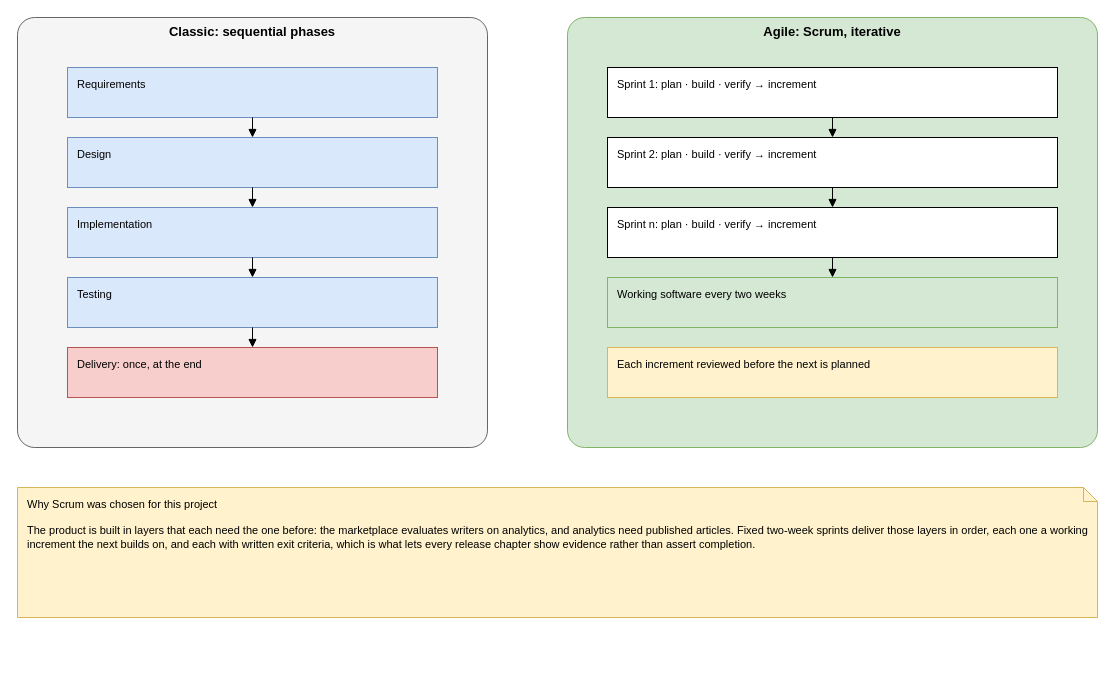
Before: diagrams/fig-1-2-waterfall-vs-agile/fig-1-2-waterfall-vs-agile.drawio in inkwell-dev/spec.inkwell.ai, a draw.io diagram. Source tidied: cells renumbered, new cells numbered last; positions are measured from the earlier drawing's top-left corner, leaving out a move shared by most shapes. Both pictures are drawn from the tidied source at 100%, with x=0, y=0 at pixel (17, 17).
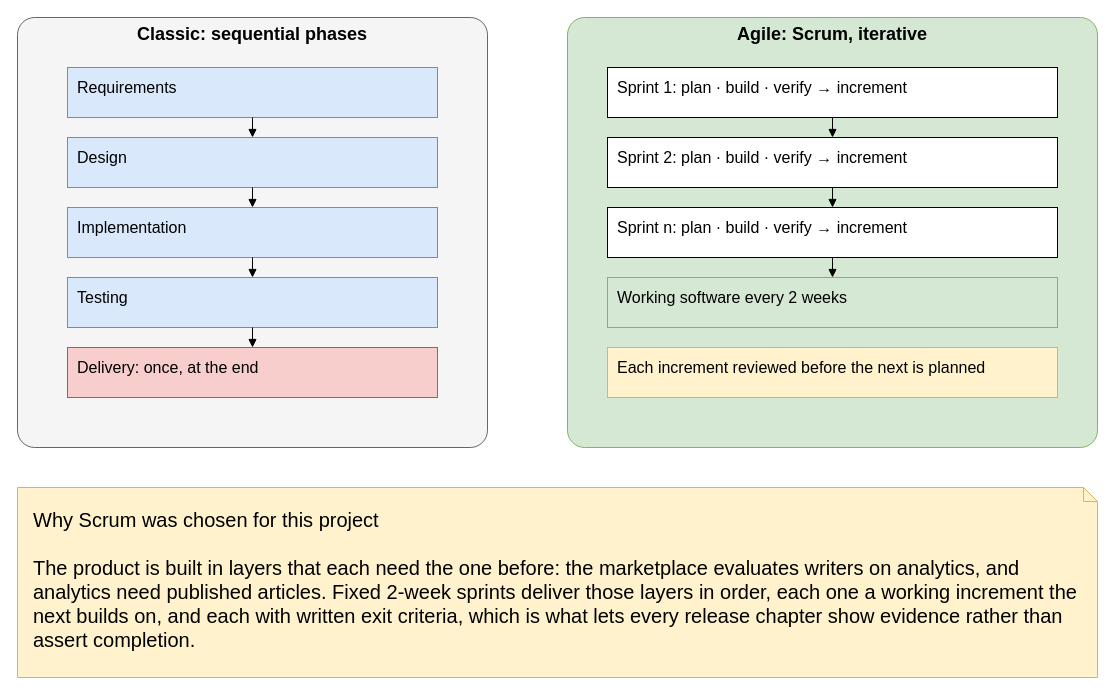
The same diagram, later.

Commit message (it also covers changes not shown here):
docs(diagrams): readable text in the classic-versus-agile figure

The figure is drawn 1220 px wide and scaled to the text width, so its 11 px text printed at about 5 pt. The "Why Scrum was chosen" note is now 20 px, padded so it no longer touches its border, and the phase and sprint boxes and the two titles are enlarged with it so the note does not dwarf them. The figure's two number words become digits.

The edit, as a diff of the source:
```diff
@@
-    <mxCell id="2" value="Classic: sequential phases" style="rounded=1;whiteSpace=wrap;html=1;verticalAlign=top;fontStyle=1;fontSize=13;arcSize=4;fillColor=#F5F5F5;strokeColor=#666666;" parent="1" vertex="1">
+    <mxCell id="2" value="Classic: sequential phases" style="rounded=1;whiteSpace=wrap;html=1;verticalAlign=top;fontStyle=1;fontSize=18;arcSize=4;fillColor=#F5F5F5;strokeColor=#666666;" parent="1" vertex="1">
       <mxGeometry width="470" height="430" as="geometry" />
     </mxCell>
-    <mxCell id="3" value="Requirements" style="rounded=0;whiteSpace=wrap;html=1;verticalAlign=top;align=left;spacingLeft=8;spacingTop=4;fontSize=11;fillColor=#DAE8FC;strokeColor=#6C8EBF;" parent="1" vertex="1">
+    <mxCell id="3" value="Requirements" style="rounded=0;whiteSpace=wrap;html=1;verticalAlign=top;align=left;spacingLeft=8;spacingTop=4;fontSize=16;fillColor=#DAE8FC;strokeColor=#6C8EBF;" parent="1" vertex="1">
       <mxGeometry x="50" y="50" width="370" height="50" as="geometry" />
     </mxCell>
-    <mxCell id="4" value="Design" style="rounded=0;whiteSpace=wrap;html=1;verticalAlign=top;align=left;spacingLeft=8;spacingTop=4;fontSize=11;fillColor=#DAE8FC;strokeColor=#6C8EBF;" parent="1" vertex="1">
+    <mxCell id="4" value="Design" style="rounded=0;whiteSpace=wrap;html=1;verticalAlign=top;align=left;spacingLeft=8;spacingTop=4;fontSize=16;fillColor=#DAE8FC;strokeColor=#6C8EBF;" parent="1" vertex="1">
       <mxGeometry x="50" y="120" width="370" height="50" as="geometry" />
     </mxCell>
-    <mxCell id="5" value="Implementation" style="rounded=0;whiteSpace=wrap;html=1;verticalAlign=top;align=left;spacingLeft=8;spacingTop=4;fontSize=11;fillColor=#DAE8FC;strokeColor=#6C8EBF;" parent="1" vertex="1">
+    <mxCell id="5" value="Implementation" style="rounded=0;whiteSpace=wrap;html=1;verticalAlign=top;align=left;spacingLeft=8;spacingTop=4;fontSize=16;fillColor=#DAE8FC;strokeColor=#6C8EBF;" parent="1" vertex="1">
       <mxGeometry x="50" y="190" width="370" height="50" as="geometry" />
     </mxCell>
-    <mxCell id="6" value="Testing" style="rounded=0;whiteSpace=wrap;html=1;verticalAlign=top;align=left;spacingLeft=8;spacingTop=4;fontSize=11;fillColor=#DAE8FC;strokeColor=#6C8EBF;" parent="1" vertex="1">
+    <mxCell id="6" value="Testing" style="rounded=0;whiteSpace=wrap;html=1;verticalAlign=top;align=left;spacingLeft=8;spacingTop=4;fontSize=16;fillColor=#DAE8FC;strokeColor=#6C8EBF;" parent="1" vertex="1">
       <mxGeometry x="50" y="260" width="370" height="50" as="geometry" />
     </mxCell>
-    <mxCell id="7" value="Delivery: once, at the end" style="rounded=0;whiteSpace=wrap;html=1;verticalAlign=top;align=left;spacingLeft=8;spacingTop=4;fontSize=11;fillColor=#F8CECC;strokeColor=#B85450;" parent="1" vertex="1">
+    <mxCell id="7" value="Delivery: once, at the end" style="rounded=0;whiteSpace=wrap;html=1;verticalAlign=top;align=left;spacingLeft=8;spacingTop=4;fontSize=16;fillColor=#F8CECC;strokeColor=#B85450;" parent="1" vertex="1">
       <mxGeometry x="50" y="330" width="370" height="50" as="geometry" />
     </mxCell>
-    <mxCell id="8" value="Agile: Scrum, iterative" style="rounded=1;whiteSpace=wrap;html=1;verticalAlign=top;fontStyle=1;fontSize=13;arcSize=4;fillColor=#D5E8D4;strokeColor=#82B366;" parent="1" vertex="1">
+    <mxCell id="8" value="Agile: Scrum, iterative" style="rounded=1;whiteSpace=wrap;html=1;verticalAlign=top;fontStyle=1;fontSize=18;arcSize=4;fillColor=#D5E8D4;strokeColor=#82B366;" parent="1" vertex="1">
       <mxGeometry x="550" width="530" height="430" as="geometry" />
     </mxCell>
-    <mxCell id="9" value="Sprint 1: plan · build · verify → increment" style="rounded=0;whiteSpace=wrap;html=1;verticalAlign=top;align=left;spacingLeft=8;spacingTop=4;fontSize=11;fillColor=#FFFFFF;strokeColor=#000000;" parent="1" vertex="1">
+    <mxCell id="9" value="Sprint 1: plan · build · verify → increment" style="rounded=0;whiteSpace=wrap;html=1;verticalAlign=top;align=left;spacingLeft=8;spacingTop=4;fontSize=16;fillColor=#FFFFFF;strokeColor=#000000;" parent="1" vertex="1">
       <mxGeometry x="590" y="50" width="450" height="50" as="geometry" />
     </mxCell>
-    <mxCell id="10" value="Sprint 2: plan · build · verify → increment" style="rounded=0;whiteSpace=wrap;html=1;verticalAlign=top;align=left;spacingLeft=8;spacingTop=4;fontSize=11;fillColor=#FFFFFF;strokeColor=#000000;" parent="1" vertex="1">
+    <mxCell id="10" value="Sprint 2: plan · build · verify → increment" style="rounded=0;whiteSpace=wrap;html=1;verticalAlign=top;align=left;spacingLeft=8;spacingTop=4;fontSize=16;fillColor=#FFFFFF;strokeColor=#000000;" parent="1" vertex="1">
       <mxGeometry x="590" y="120" width="450" height="50" as="geometry" />
     </mxCell>
-    <mxCell id="11" value="Sprint n: plan · build · verify → increment" style="rounded=0;whiteSpace=wrap;html=1;verticalAlign=top;align=left;spacingLeft=8;spacingTop=4;fontSize=11;fillColor=#FFFFFF;strokeColor=#000000;" parent="1" vertex="1">
+    <mxCell id="11" value="Sprint n: plan · build · verify → increment" style="rounded=0;whiteSpace=wrap;html=1;verticalAlign=top;align=left;spacingLeft=8;spacingTop=4;fontSize=16;fillColor=#FFFFFF;strokeColor=#000000;" parent="1" vertex="1">
       <mxGeometry x="590" y="190" width="450" height="50" as="geometry" />
     </mxCell>
-    <mxCell id="12" value="Working software every two weeks" style="rounded=0;whiteSpace=wrap;html=1;verticalAlign=top;align=left;spacingLeft=8;spacingTop=4;fontSize=11;fillColor=#D5E8D4;strokeColor=#82B366;" parent="1" vertex="1">
+    <mxCell id="12" value="Working software every 2 weeks" style="rounded=0;whiteSpace=wrap;html=1;verticalAlign=top;align=left;spacingLeft=8;spacingTop=4;fontSize=16;fillColor=#D5E8D4;strokeColor=#82B366;" parent="1" vertex="1">
       <mxGeometry x="590" y="260" width="450" height="50" as="geometry" />
     </mxCell>
-    <mxCell id="13" value="Each increment reviewed before the next is planned" style="rounded=0;whiteSpace=wrap;html=1;verticalAlign=top;align=left;spacingLeft=8;spacingTop=4;fontSize=11;fillColor=#FFF2CC;strokeColor=#D6B656;" parent="1" vertex="1">
+    <mxCell id="13" value="Each increment reviewed before the next is planned" style="rounded=0;whiteSpace=wrap;html=1;verticalAlign=top;align=left;spacingLeft=8;spacingTop=4;fontSize=16;fillColor=#FFF2CC;strokeColor=#D6B656;" parent="1" vertex="1">
       <mxGeometry x="590" y="330" width="450" height="50" as="geometry" />
     </mxCell>
-    <mxCell id="14" value="Why Scrum was chosen for this project&lt;br&gt;&lt;br&gt;The product is built in layers that each need the one before: the marketplace evaluates writers on analytics, and analytics need published articles. Fixed two-week sprints deliver those layers in order, each one a working increment the next builds on, and each with written exit criteria, which is what lets every release chapter show evidence rather than assert completion." style="shape=note;whiteSpace=wrap;html=1;size=14;fontSize=11;align=left;verticalAlign=top;spacingLeft=8;spacingTop=4;fillColor=#FFF2CC;strokeColor=#D6B656;" parent="1" vertex="1">
-      <mxGeometry y="470" width="1080" height="130" as="geometry" />
+    <mxCell id="14" value="Why Scrum was chosen for this project&lt;br&gt;&lt;br&gt;The product is built in layers that each need the one before: the marketplace evaluates writers on analytics, and analytics need published articles. Fixed 2-week sprints deliver those layers in order, each one a working increment the next builds on, and each with written exit criteria, which is what lets every release chapter show evidence rather than assert completion." style="shape=note;whiteSpace=wrap;html=1;size=14;fontSize=20;align=left;verticalAlign=top;fillColor=#FFF2CC;strokeColor=#D6B656;spacing=16;" parent="1" vertex="1">
+      <mxGeometry y="470" width="1080" height="190" as="geometry" />
     </mxCell>
```
